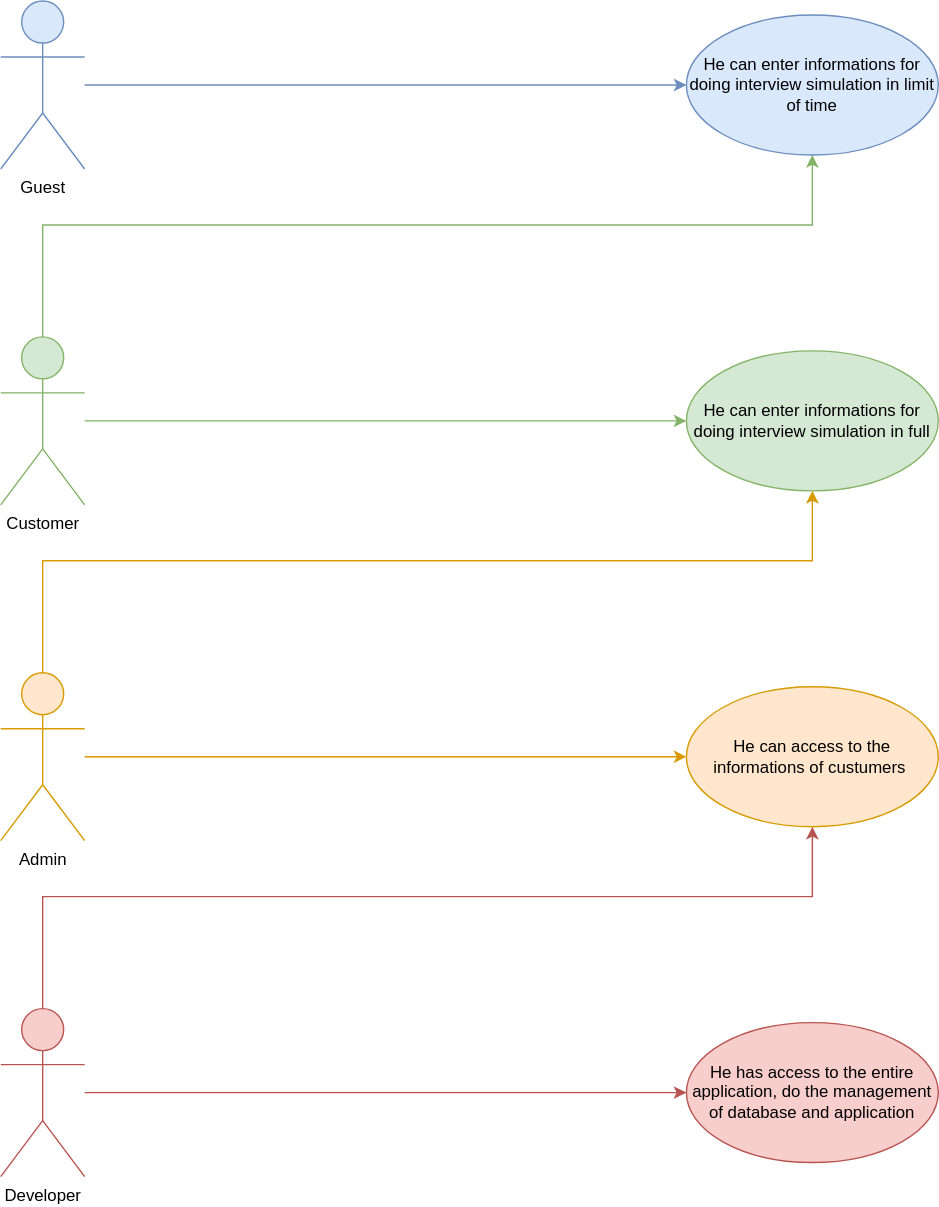
This is UseCaseStage.drawio.svg from Ashura100/ProjetStage, a draw.io export, as it was before one commit. Source tidied: cells renumbered, new cells last; positions are measured from the earlier drawing's top-left corner, leaving out a move shared by most shapes.
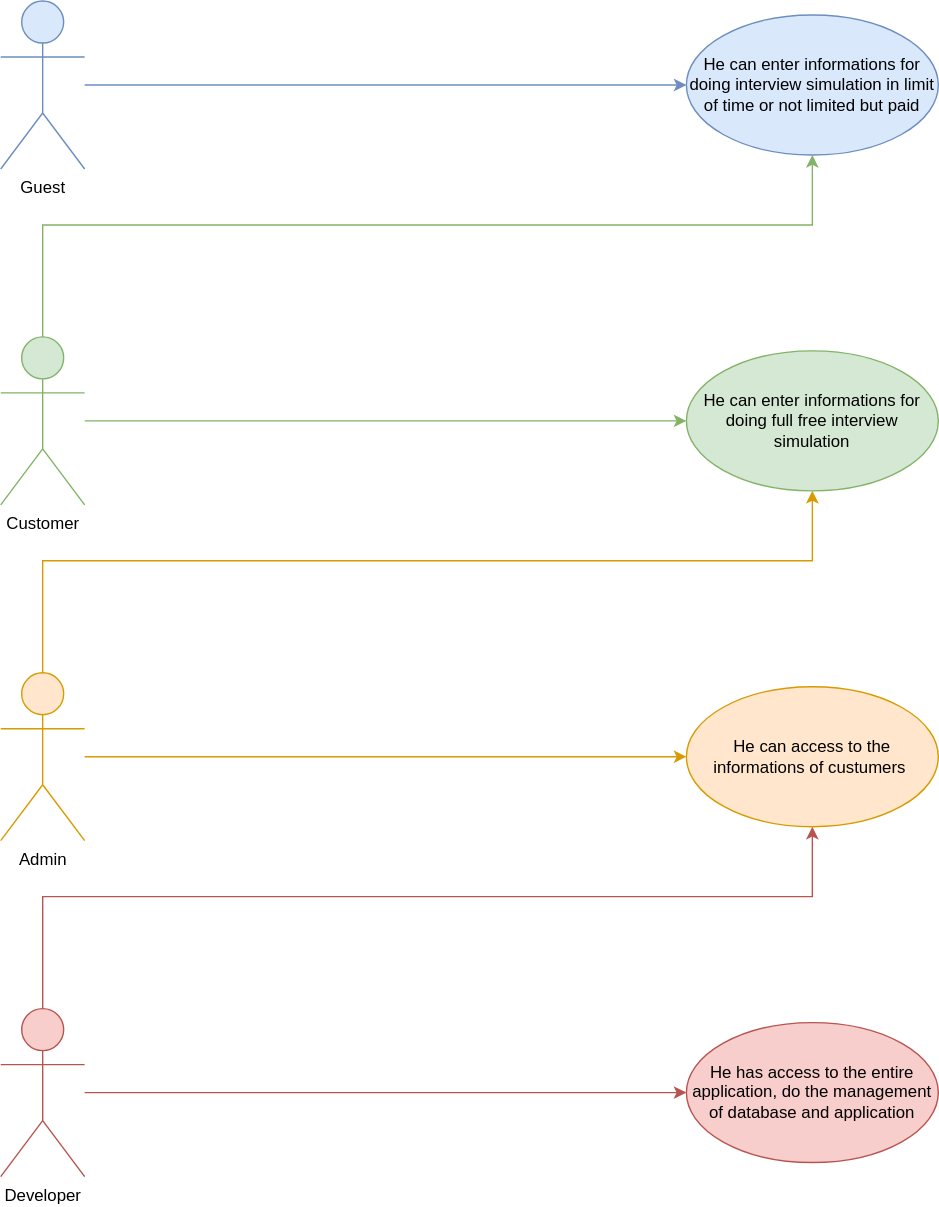
After the commit.

Commit message:
Mettre à jour UseCaseStage.drawio.svg

The edit, as a diff of the source:
```diff
@@ -50,10 +50,10 @@
     <mxCell id="12" value="Developer" style="shape=umlActor;verticalLabelPosition=bottom;verticalAlign=top;html=1;outlineConnect=0;fillColor=#f8cecc;strokeColor=#b85450;" parent="1" vertex="1">
       <mxGeometry y="720" width="60" height="120" as="geometry" />
     </mxCell>
-    <mxCell id="13" value="He can enter informations for doing interview simulation in limit of time" style="ellipse;whiteSpace=wrap;html=1;fillColor=#dae8fc;strokeColor=#6c8ebf;" parent="1" vertex="1">
+    <mxCell id="13" value="He can enter informations for doing interview simulation in limit of time or not limited but paid" style="ellipse;whiteSpace=wrap;html=1;fillColor=#dae8fc;strokeColor=#6c8ebf;" parent="1" vertex="1">
       <mxGeometry x="490" y="10" width="180" height="100" as="geometry" />
     </mxCell>
-    <mxCell id="14" value="He can enter informations for doing interview simulation in full" style="ellipse;whiteSpace=wrap;html=1;fillColor=#d5e8d4;strokeColor=#82b366;" parent="1" vertex="1">
+    <mxCell id="14" value="He can enter informations for doing full free interview simulation" style="ellipse;whiteSpace=wrap;html=1;fillColor=#d5e8d4;strokeColor=#82b366;" parent="1" vertex="1">
       <mxGeometry x="490" y="250" width="180" height="100" as="geometry" />
     </mxCell>
     <mxCell id="15" value="He can access to the informations of custumers&amp;nbsp;" style="ellipse;whiteSpace=wrap;html=1;fillColor=#ffe6cc;strokeColor=#d79b00;" parent="1" vertex="1">
```
